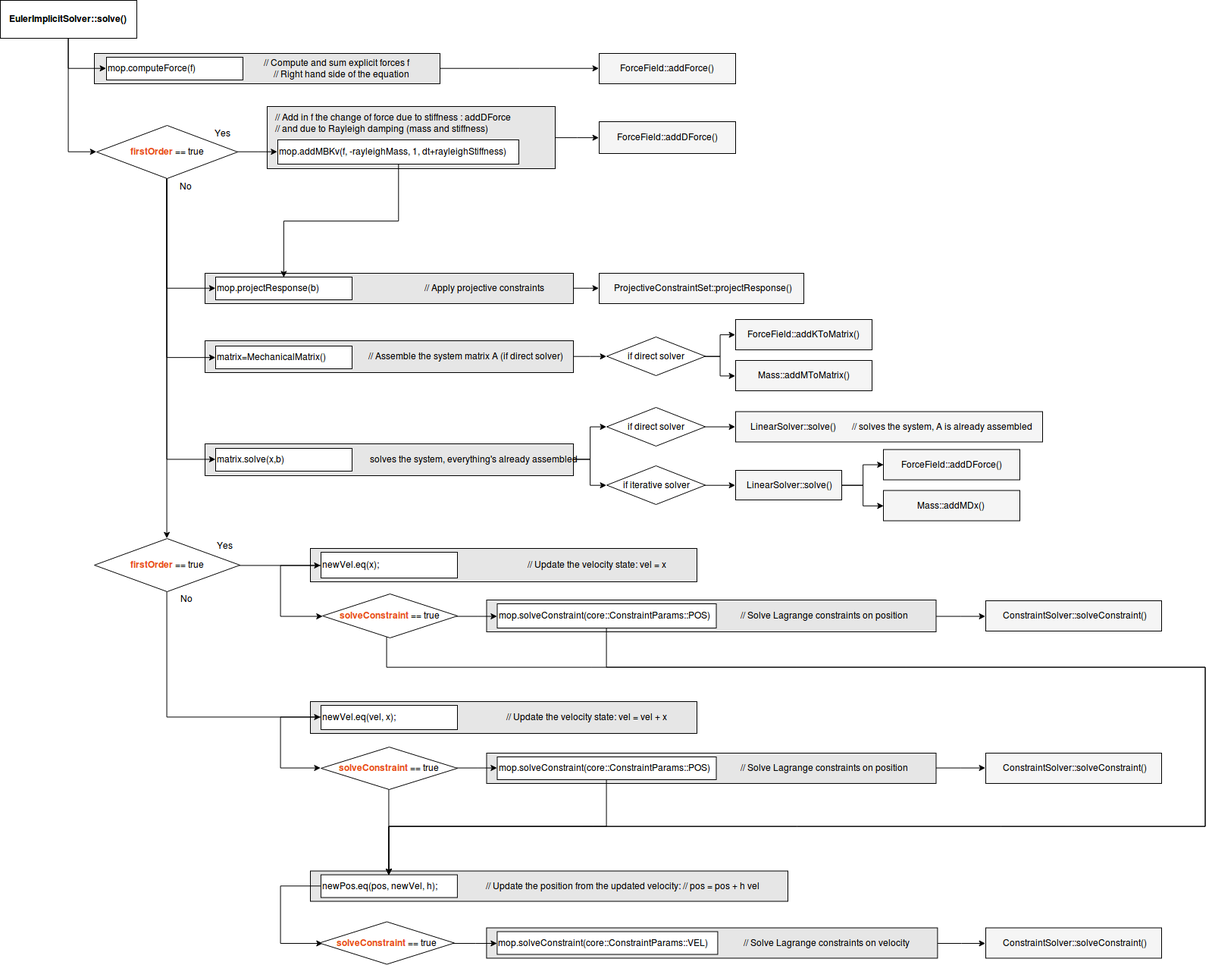
Before: Images/integrationscheme/EulerImplicitSolver.png, a diagram exported from draw.io (sofa-framework/doc). Source tidied: cells renumbered, new cells last; positions are measured from the earlier drawing's top-left corner, leaving out a move shared by most shapes.
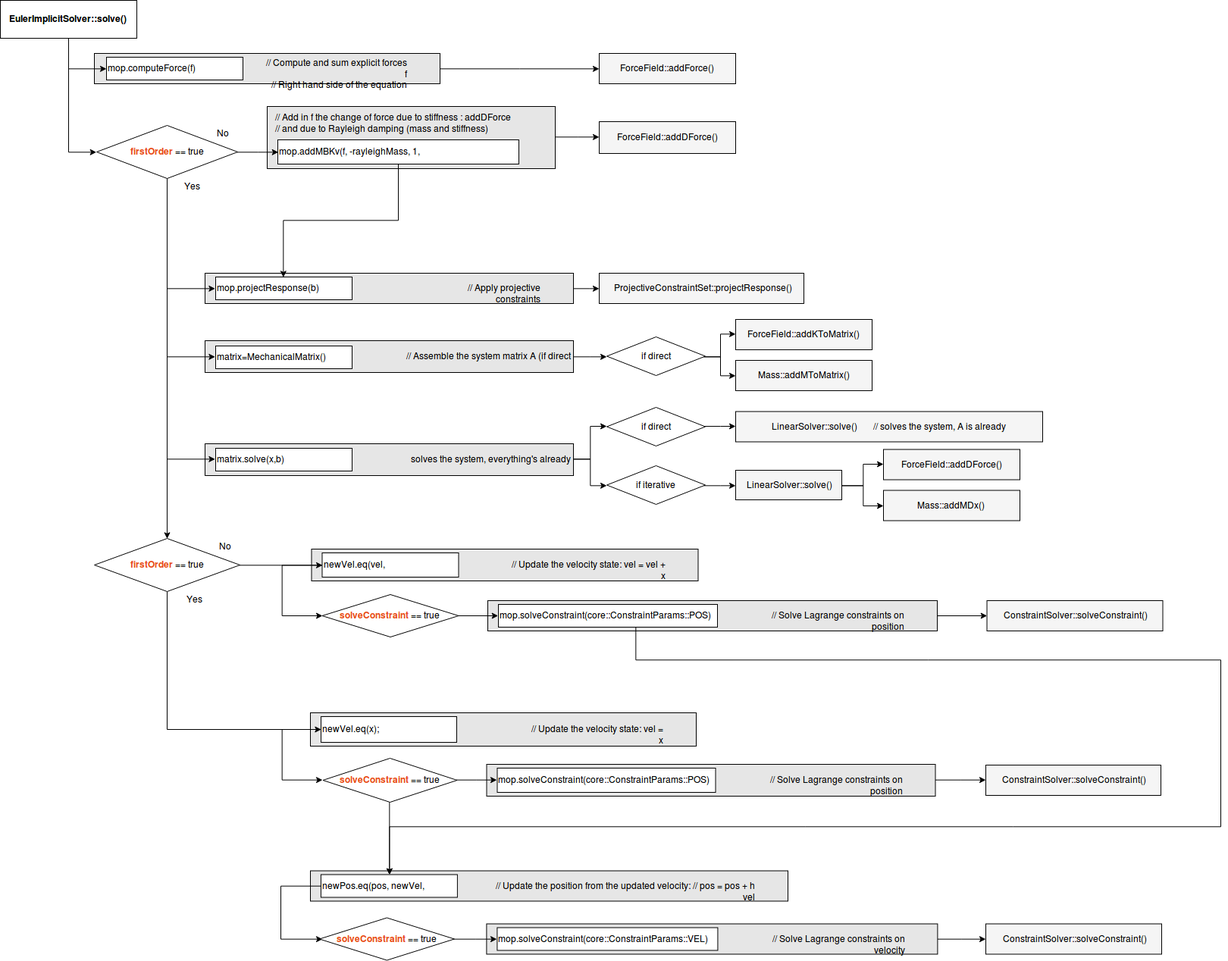
The same file after the commit.

Diff of the diagram source:
```diff
@@ -3,10 +3,10 @@
     <mxCell id="0" />
     <mxCell id="1" parent="0" />
     <mxCell id="2" value="&lt;blockquote&gt;&lt;div align=&quot;right&quot;&gt;// Update the velocity state: vel = vel + x&lt;br&gt;&lt;/div&gt;&lt;/blockquote&gt;" style="rounded=0;whiteSpace=wrap;html=1;fillColor=#E6E6E6;align=right;" parent="1" vertex="1">
-      <mxGeometry x="409" y="925" width="510" height="42" as="geometry" />
+      <mxGeometry x="410.5" y="724" width="510" height="42" as="geometry" />
     </mxCell>
     <mxCell id="3" value="&lt;blockquote&gt;&lt;div align=&quot;right&quot;&gt;// Update the velocity state: vel = x&lt;br&gt;&lt;/div&gt;&lt;/blockquote&gt;" style="rounded=0;whiteSpace=wrap;html=1;fillColor=#E6E6E6;align=right;" parent="1" vertex="1">
-      <mxGeometry x="409" y="723" width="510" height="44" as="geometry" />
+      <mxGeometry x="409" y="940" width="509" height="44" as="geometry" />
     </mxCell>
     <mxCell id="4" value="&lt;blockquote&gt;&lt;div align=&quot;right&quot;&gt;// Update the position from the updated velocity: // pos = pos + h vel&lt;br&gt;&lt;/div&gt;&lt;/blockquote&gt;" style="rounded=0;whiteSpace=wrap;html=1;fillColor=#E6E6E6;align=right;" parent="1" vertex="1">
       <mxGeometry x="409" y="1148.5" width="630" height="40" as="geometry" />
@@ -84,10 +84,10 @@
       <mxGeometry x="127" y="165" width="186" height="70" as="geometry" />
     </mxCell>
     <mxCell id="29" value="Yes" style="text;html=1;strokeColor=none;fillColor=none;align=center;verticalAlign=middle;whiteSpace=wrap;rounded=0;" parent="1" vertex="1">
-      <mxGeometry x="273" y="165" width="40" height="20" as="geometry" />
+      <mxGeometry x="233" y="235" width="40" height="20" as="geometry" />
     </mxCell>
     <mxCell id="30" value="No" style="text;html=1;strokeColor=none;fillColor=none;align=center;verticalAlign=middle;whiteSpace=wrap;rounded=0;" parent="1" vertex="1">
-      <mxGeometry x="224" y="235" width="40" height="20" as="geometry" />
+      <mxGeometry x="273" y="165" width="40" height="20" as="geometry" />
     </mxCell>
     <mxCell id="31" style="edgeStyle=orthogonalEdgeStyle;rounded=0;jettySize=auto;html=1;entryX=0.5;entryY=0;entryDx=0;entryDy=0;" parent="1" edge="1" source="32" target="22">
       <mxGeometry relative="1" as="geometry" />
@@ -149,41 +149,41 @@
     <mxCell id="50" value="&lt;div align=&quot;center&quot;&gt;ProjectiveConstraintSet::projectResponse()&lt;/div&gt;" style="rounded=0;whiteSpace=wrap;html=1;fillColor=#F5F5F5;align=center;" parent="1" vertex="1">
       <mxGeometry x="790" y="360" width="270" height="40" as="geometry" />
     </mxCell>
+    <mxCell id="52" style="edgeStyle=orthogonalEdgeStyle;rounded=0;jettySize=auto;html=1;entryX=0;entryY=0.5;entryDx=0;entryDy=0;" parent="1" edge="1" source="53" target="73">
+      <mxGeometry relative="1" as="geometry" />
+    </mxCell>
     <mxCell id="51" style="edgeStyle=orthogonalEdgeStyle;rounded=0;jettySize=auto;html=1;entryX=0;entryY=0.5;entryDx=0;entryDy=0;" parent="1" edge="1" source="53" target="57">
-      <mxGeometry relative="1" as="geometry" />
+      <mxGeometry relative="1" as="geometry">
+        <Array as="points">
+          <mxPoint x="220" y="962" />
+        </Array>
+      </mxGeometry>
     </mxCell>
-    <mxCell id="52" style="edgeStyle=orthogonalEdgeStyle;rounded=0;jettySize=auto;html=1;entryX=0;entryY=0.5;entryDx=0;entryDy=0;" parent="1" edge="1" source="53" target="73">
-      <mxGeometry relative="1" as="geometry">
-        <Array as="points">
-          <mxPoint x="220" y="946" />
-        </Array>
-      </mxGeometry>
-    </mxCell>
     <mxCell id="53" value="&lt;font color=&quot;#E84E1B&quot;&gt;&lt;b&gt;firstOrder&lt;/b&gt;&lt;/font&gt; == true" style="rhombus;whiteSpace=wrap;html=1;" parent="1" vertex="1">
       <mxGeometry x="124" y="710" width="192" height="70" as="geometry" />
     </mxCell>
     <mxCell id="54" value="Yes" style="text;html=1;strokeColor=none;fillColor=none;align=center;verticalAlign=middle;whiteSpace=wrap;rounded=0;" parent="1" vertex="1">
-      <mxGeometry x="275.5" y="709" width="40" height="20" as="geometry" />
+      <mxGeometry x="235.5" y="780" width="40" height="20" as="geometry" />
     </mxCell>
     <mxCell id="55" value="No" style="text;html=1;strokeColor=none;fillColor=none;align=center;verticalAlign=middle;whiteSpace=wrap;rounded=0;" parent="1" vertex="1">
-      <mxGeometry x="225" y="779" width="40" height="20" as="geometry" />
+      <mxGeometry x="276" y="710" width="40" height="20" as="geometry" />
     </mxCell>
     <mxCell id="56" style="edgeStyle=orthogonalEdgeStyle;rounded=0;jettySize=auto;html=1;entryX=0;entryY=0.5;entryDx=0;entryDy=0;exitX=0;exitY=0.5;exitDx=0;exitDy=0;" parent="1" edge="1" source="57" target="71">
       <mxGeometry relative="1" as="geometry">
         <Array as="points">
-          <mxPoint x="370" y="745" />
-          <mxPoint x="370" y="812" />
+          <mxPoint x="372" y="962" />
+          <mxPoint x="372" y="1029" />
         </Array>
       </mxGeometry>
     </mxCell>
     <mxCell id="57" value="newVel.eq(x);" style="rounded=0;whiteSpace=wrap;html=1;align=left;" parent="1" vertex="1">
-      <mxGeometry x="423" y="728" width="180" height="34" as="geometry" />
+      <mxGeometry x="423" y="945" width="179" height="34" as="geometry" />
     </mxCell>
     <mxCell id="58" style="edgeStyle=orthogonalEdgeStyle;rounded=0;jettySize=auto;html=1;entryX=0.027;entryY=0.515;entryDx=0;entryDy=0;entryPerimeter=0;exitX=0;exitY=0.5;exitDx=0;exitDy=0;" parent="1" edge="1" source="59" target="67">
       <mxGeometry relative="1" as="geometry">
         <Array as="points">
-          <mxPoint x="370" y="1168" />
-          <mxPoint x="370" y="1244" />
+          <mxPoint x="370" y="1169" />
+          <mxPoint x="370" y="1239" />
         </Array>
       </mxGeometry>
     </mxCell>
@@ -194,98 +194,79 @@
       <mxGeometry relative="1" as="geometry" />
     </mxCell>
     <mxCell id="61" value="&lt;blockquote&gt;&lt;div align=&quot;right&quot;&gt;// Solve Lagrange constraints on position&lt;br&gt;&lt;/div&gt;&lt;/blockquote&gt;" style="rounded=0;whiteSpace=wrap;html=1;fillColor=#E6E6E6;align=right;" parent="1" vertex="1">
-      <mxGeometry x="641.5" y="791" width="593" height="42" as="geometry" />
+      <mxGeometry x="641.5" y="1008" width="592" height="42" as="geometry" />
     </mxCell>
     <mxCell id="62" value="mop.solveConstraint(core::ConstraintParams::POS)" style="rounded=0;whiteSpace=wrap;html=1;align=left;" parent="1" vertex="1">
-      <mxGeometry x="655.5" y="796" width="289" height="32" as="geometry" />
+      <mxGeometry x="655.5" y="1013" width="288" height="32" as="geometry" />
     </mxCell>
     <mxCell id="63" style="edgeStyle=orthogonalEdgeStyle;rounded=0;jettySize=auto;html=1;entryX=0;entryY=0.5;entryDx=0;entryDy=0;" parent="1" edge="1" source="64" target="83">
       <mxGeometry relative="1" as="geometry" />
     </mxCell>
     <mxCell id="64" value="&lt;blockquote&gt;&lt;div align=&quot;right&quot;&gt;// Solve Lagrange constraints on velocity&lt;/div&gt;&lt;/blockquote&gt;" style="rounded=0;whiteSpace=wrap;html=1;fillColor=#E6E6E6;align=right;" parent="1" vertex="1">
-      <mxGeometry x="641.4" y="1223.5" width="595" height="40" as="geometry" />
+      <mxGeometry x="641.4" y="1218.5" width="595" height="40" as="geometry" />
     </mxCell>
     <mxCell id="65" value="mop.solveConstraint(core::ConstraintParams::VEL)" style="rounded=0;whiteSpace=wrap;html=1;align=left;" parent="1" vertex="1">
-      <mxGeometry x="655.4" y="1228.5" width="291" height="30" as="geometry" />
+      <mxGeometry x="655.4" y="1223.5" width="291" height="30" as="geometry" />
     </mxCell>
     <mxCell id="66" style="edgeStyle=orthogonalEdgeStyle;rounded=0;jettySize=auto;html=1;entryX=0;entryY=0.5;entryDx=0;entryDy=0;" parent="1" edge="1" source="67" target="65">
       <mxGeometry relative="1" as="geometry" />
     </mxCell>
     <mxCell id="67" value="&lt;font color=&quot;#E84E1B&quot;&gt;&lt;b&gt;solveConstraint&lt;/b&gt;&lt;/font&gt; == true" style="rhombus;whiteSpace=wrap;html=1;" parent="1" vertex="1">
-      <mxGeometry x="420.9" y="1215.5" width="178" height="56" as="geometry" />
+      <mxGeometry x="420.9" y="1210.5" width="178" height="56" as="geometry" />
     </mxCell>
     <mxCell id="68" style="edgeStyle=orthogonalEdgeStyle;rounded=0;jettySize=auto;html=1;entryX=0;entryY=0.5;entryDx=0;entryDy=0;" parent="1" edge="1" source="71" target="62">
       <mxGeometry relative="1" as="geometry" />
     </mxCell>
-    <mxCell id="69" style="edgeStyle=orthogonalEdgeStyle;rounded=0;jettySize=auto;html=1;entryX=0.5;entryY=0;entryDx=0;entryDy=0;exitX=0.5;exitY=1;exitDx=0;exitDy=0;" parent="1" edge="1" source="62" target="59">
-      <mxGeometry relative="1" as="geometry">
-        <Array as="points">
-          <mxPoint x="800" y="880" />
-          <mxPoint x="1590" y="880" />
-          <mxPoint x="1590" y="1090" />
-          <mxPoint x="513" y="1090" />
-        </Array>
-      </mxGeometry>
-    </mxCell>
     <mxCell id="70" style="edgeStyle=orthogonalEdgeStyle;rounded=0;jettySize=auto;html=1;entryX=0.5;entryY=0;entryDx=0;entryDy=0;" parent="1" edge="1" source="71" target="59">
-      <mxGeometry relative="1" as="geometry">
-        <Array as="points">
-          <mxPoint x="510" y="880" />
-          <mxPoint x="1590" y="880" />
-          <mxPoint x="1590" y="1090" />
-          <mxPoint x="512" y="1090" />
-          <mxPoint x="512" y="1154" />
-        </Array>
-      </mxGeometry>
+      <mxGeometry relative="1" as="geometry" />
     </mxCell>
     <mxCell id="71" value="&lt;font color=&quot;#E84E1B&quot;&gt;&lt;b&gt;solveConstraint&lt;/b&gt;&lt;/font&gt; == true" style="rhombus;whiteSpace=wrap;html=1;" parent="1" vertex="1">
-      <mxGeometry x="425" y="783" width="178" height="58" as="geometry" />
+      <mxGeometry x="425.5" y="1000" width="177" height="58" as="geometry" />
     </mxCell>
     <mxCell id="72" style="edgeStyle=orthogonalEdgeStyle;rounded=0;jettySize=auto;html=1;entryX=0;entryY=0.5;entryDx=0;entryDy=0;exitX=0;exitY=0.5;exitDx=0;exitDy=0;" parent="1" edge="1" source="73" target="80">
       <mxGeometry relative="1" as="geometry">
         <Array as="points">
-          <mxPoint x="370" y="946" />
-          <mxPoint x="370" y="1013" />
+          <mxPoint x="371" y="745" />
+          <mxPoint x="371" y="812" />
         </Array>
       </mxGeometry>
     </mxCell>
     <mxCell id="73" value="newVel.eq(vel, x);" style="rounded=0;whiteSpace=wrap;html=1;align=left;" parent="1" vertex="1">
-      <mxGeometry x="423" y="930" width="180" height="32" as="geometry" />
+      <mxGeometry x="424.5" y="729" width="180" height="32" as="geometry" />
     </mxCell>
     <mxCell id="74" style="edgeStyle=orthogonalEdgeStyle;rounded=0;jettySize=auto;html=1;entryX=0;entryY=0.5;entryDx=0;entryDy=0;" parent="1" edge="1" source="75" target="82">
       <mxGeometry relative="1" as="geometry" />
     </mxCell>
     <mxCell id="75" value="&lt;blockquote&gt;&lt;div align=&quot;right&quot;&gt;// Solve Lagrange constraints on position&lt;br&gt;&lt;/div&gt;&lt;/blockquote&gt;" style="rounded=0;whiteSpace=wrap;html=1;fillColor=#E6E6E6;align=right;" parent="1" vertex="1">
-      <mxGeometry x="641.5" y="993" width="593" height="40" as="geometry" />
+      <mxGeometry x="643" y="792" width="593" height="40" as="geometry" />
     </mxCell>
     <mxCell id="76" style="edgeStyle=orthogonalEdgeStyle;rounded=0;jettySize=auto;html=1;entryX=0.5;entryY=0;entryDx=0;entryDy=0;" parent="1" edge="1" source="77" target="59">
       <mxGeometry relative="1" as="geometry">
         <Array as="points">
-          <mxPoint x="800" y="1090" />
+          <mxPoint x="838" y="870" />
+          <mxPoint x="1610" y="870" />
+          <mxPoint x="1610" y="1090" />
           <mxPoint x="513" y="1090" />
         </Array>
       </mxGeometry>
     </mxCell>
     <mxCell id="77" value="mop.solveConstraint(core::ConstraintParams::POS)" style="rounded=0;whiteSpace=wrap;html=1;align=left;" parent="1" vertex="1">
-      <mxGeometry x="655.5" y="998" width="289" height="30" as="geometry" />
+      <mxGeometry x="657" y="797" width="289" height="30" as="geometry" />
     </mxCell>
     <mxCell id="78" style="edgeStyle=orthogonalEdgeStyle;rounded=0;jettySize=auto;html=1;entryX=0;entryY=0.5;entryDx=0;entryDy=0;" parent="1" edge="1" source="80" target="77">
       <mxGeometry relative="1" as="geometry" />
     </mxCell>
-    <mxCell id="79" style="edgeStyle=orthogonalEdgeStyle;rounded=0;jettySize=auto;html=1;entryX=0.5;entryY=0;entryDx=0;entryDy=0;" parent="1" edge="1" source="80" target="59">
-      <mxGeometry relative="1" as="geometry" />
-    </mxCell>
     <mxCell id="80" value="&lt;font color=&quot;#E84E1B&quot;&gt;&lt;b&gt;solveConstraint&lt;/b&gt;&lt;/font&gt; == true" style="rhombus;whiteSpace=wrap;html=1;" parent="1" vertex="1">
-      <mxGeometry x="423" y="985" width="180" height="56" as="geometry" />
+      <mxGeometry x="424.5" y="784" width="180" height="56" as="geometry" />
     </mxCell>
     <mxCell id="81" value="&lt;div align=&quot;center&quot;&gt;ConstraintSolver::solveConstraint()&lt;/div&gt;" style="rounded=0;whiteSpace=wrap;html=1;fillColor=#F5F5F5;align=center;" parent="1" vertex="1">
-      <mxGeometry x="1300" y="792" width="232" height="40" as="geometry" />
+      <mxGeometry x="1300" y="1009" width="231" height="40" as="geometry" />
     </mxCell>
     <mxCell id="82" value="&lt;div align=&quot;center&quot;&gt;ConstraintSolver::solveConstraint()&lt;/div&gt;" style="rounded=0;whiteSpace=wrap;html=1;fillColor=#F5F5F5;align=center;" parent="1" vertex="1">
-      <mxGeometry x="1300" y="993" width="232" height="40" as="geometry" />
+      <mxGeometry x="1301.5" y="792" width="232" height="40" as="geometry" />
     </mxCell>
     <mxCell id="83" value="&lt;div align=&quot;center&quot;&gt;ConstraintSolver::solveConstraint()&lt;/div&gt;" style="rounded=0;whiteSpace=wrap;html=1;fillColor=#F5F5F5;align=center;" parent="1" vertex="1">
-      <mxGeometry x="1300" y="1223.5" width="232" height="40" as="geometry" />
+      <mxGeometry x="1300" y="1218.5" width="232" height="40" as="geometry" />
     </mxCell>
   </root>
 </mxGraphModel>
```
